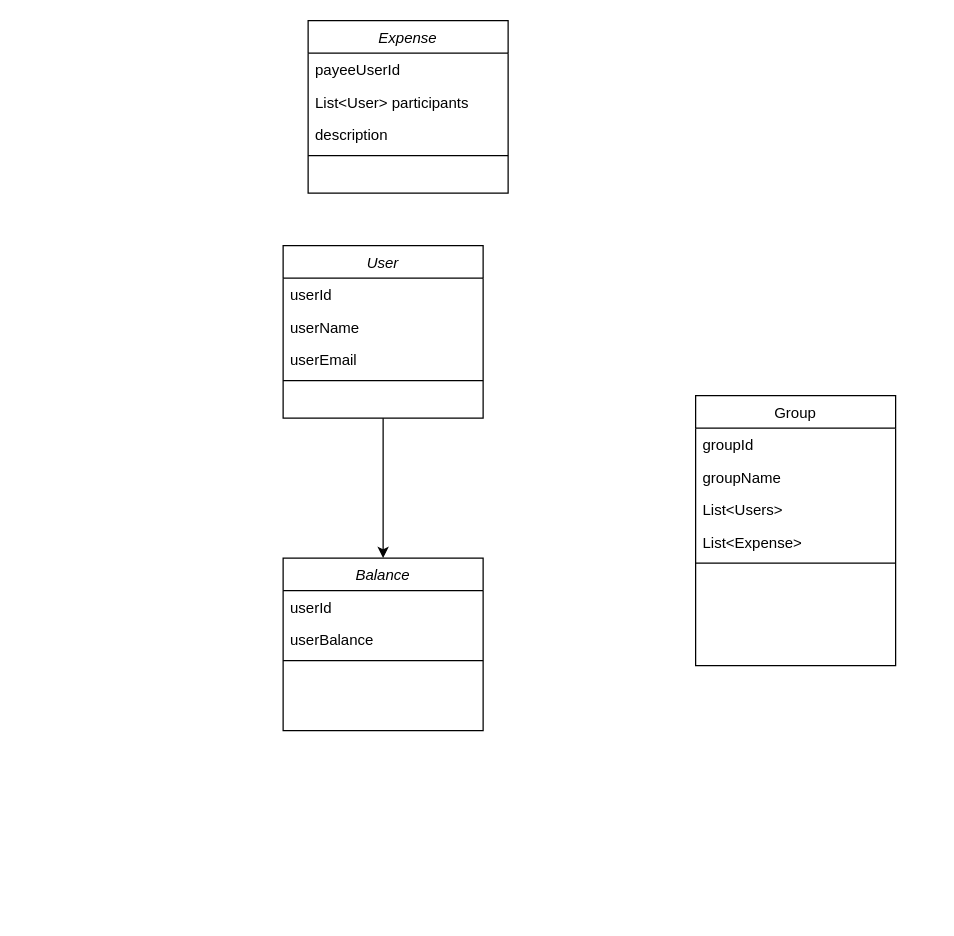
Before: Untitled Diagram.drawio in thedevashu/splitwise, a draw.io diagram. Source tidied: cells renumbered, new cells numbered last; positions are measured from the earlier drawing's top-left corner, leaving out a move shared by most shapes. Both pictures are drawn from the tidied source at 125%, with x=0, y=0 at pixel (282, 20).
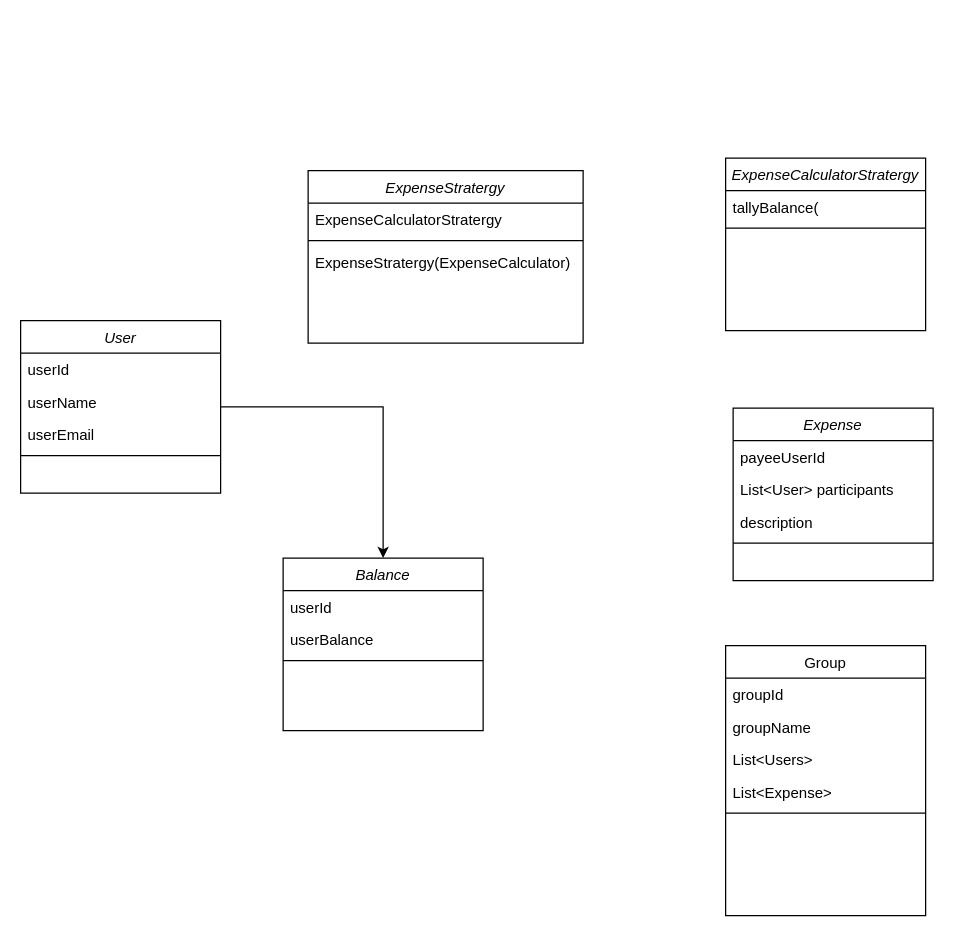
Above is the later version.

What changed in the source:
```diff
@@
     <mxCell id="3" value="User" style="swimlane;fontStyle=2;align=center;verticalAlign=top;horizontal=1;startSize=26;rounded=0;shadow=0;strokeWidth=1;" parent="1" vertex="1">
-      <mxGeometry y="180" width="160" height="138" as="geometry" />
+      <mxGeometry x="-210" y="240" width="160" height="138" as="geometry" />
     </mxCell>
@@
     <mxCell id="8" value="Group" style="swimlane;fontStyle=0;align=center;verticalAlign=top;horizontal=1;startSize=26;rounded=0;shadow=0;strokeWidth=1;" parent="1" vertex="1">
-      <mxGeometry x="330" y="300" width="160" height="216" as="geometry" />
+      <mxGeometry x="354" y="500" width="160" height="216" as="geometry" />
     </mxCell>
@@
     <mxCell id="18" value="Expense" style="swimlane;fontStyle=2;align=center;verticalAlign=top;horizontal=1;startSize=26;rounded=0;shadow=0;strokeWidth=1;" parent="1" vertex="1">
-      <mxGeometry x="20" width="160" height="138" as="geometry" />
+      <mxGeometry x="360" y="310" width="160" height="138" as="geometry" />
     </mxCell>
@@
+    <mxCell id="23" value="ExpenseStratergy" style="swimlane;fontStyle=2;align=center;verticalAlign=top;horizontal=1;startSize=26;rounded=0;shadow=0;strokeWidth=1;" parent="1" vertex="1">
+      <mxGeometry x="20" y="120" width="220" height="138" as="geometry" />
+    </mxCell>
+    <mxCell id="24" value="ExpenseCalculatorStratergy" style="text;align=left;verticalAlign=top;spacingLeft=4;spacingRight=4;overflow=hidden;" parent="23" vertex="1">
+      <mxGeometry y="26" width="220" height="26" as="geometry" />
+    </mxCell>
+    <mxCell id="25" style="line;html=1;strokeWidth=1;align=left;verticalAlign=middle;spacingTop=-1;spacingLeft=3;spacingRight=3;labelPosition=right;" parent="23" vertex="1">
+      <mxGeometry y="52" width="220" height="8" as="geometry" />
+    </mxCell>
+    <mxCell id="26" value="ExpenseStratergy(ExpenseCalculator)" style="text;align=left;verticalAlign=top;spacingLeft=4;spacingRight=4;overflow=hidden;" parent="23" vertex="1">
+      <mxGeometry y="60" width="220" height="26" as="geometry" />
+    </mxCell>
+    <mxCell id="27" value="ExpenseCalculatorStratergy" style="swimlane;fontStyle=2;align=center;verticalAlign=top;horizontal=1;startSize=26;rounded=0;shadow=0;strokeWidth=1;" parent="1" vertex="1">
+      <mxGeometry x="354" y="110" width="160" height="138" as="geometry" />
+    </mxCell>
+    <mxCell id="28" value="tallyBalance(" style="text;align=left;verticalAlign=top;spacingLeft=4;spacingRight=4;overflow=hidden;" parent="27" vertex="1">
+      <mxGeometry y="26" width="160" height="26" as="geometry" />
+    </mxCell>
+    <mxCell id="29" style="line;html=1;strokeWidth=1;align=left;verticalAlign=middle;spacingTop=-1;spacingLeft=3;spacingRight=3;labelPosition=right;" parent="27" vertex="1">
+      <mxGeometry y="52" width="160" height="8" as="geometry" />
+    </mxCell>
```
